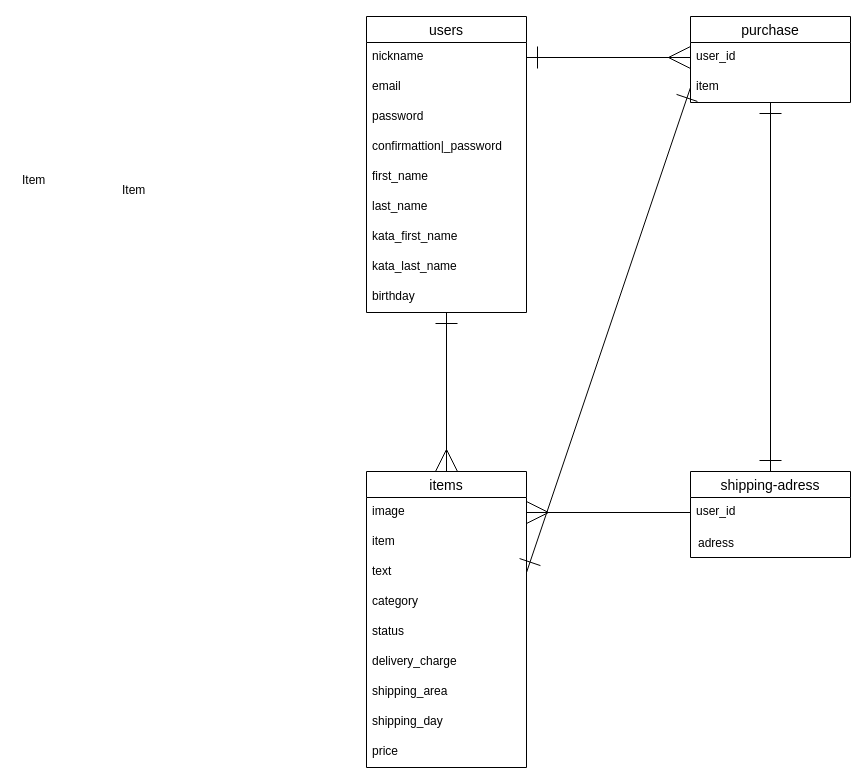
Earlier version of the draw.io diagram page "ページ1" (1 of 2) of test.dio (hiroya-takatsuchi/furima-39964). Source tidied: cells renumbered, new cells numbered last; positions are measured from the earlier drawing's top-left corner, leaving out a move shared by most shapes. Both pictures are drawn from the tidied source at 100%, with x=0, y=0 at pixel (16, 16).
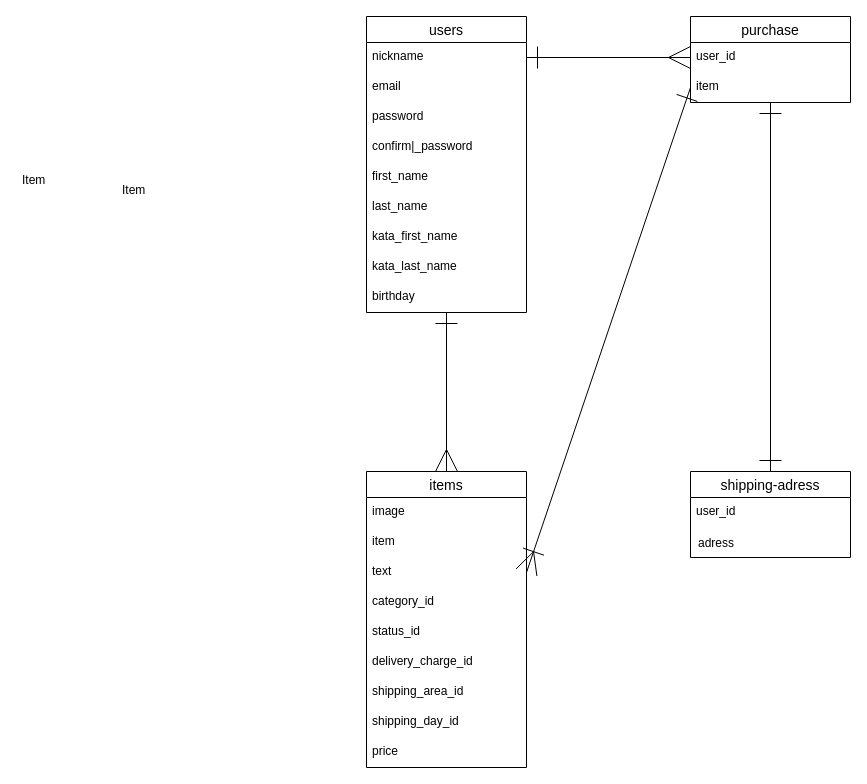
The same page after the edit.

Commit message (it also covers changes not shown here):
テーブル設計の修正

The change refers to these unchanged cells:
```xml
<mxCell id="2" value="users" style="swimlane;fontStyle=0;horizontal=1;startSize=26;align=center;fontSize=14;" parent="1" vertex="1">
  <mxGeometry x="350" width="160" height="296" as="geometry" />
</mxCell>
<mxCell id="13" value="items" style="swimlane;fontStyle=0;horizontal=1;startSize=26;align=center;fontSize=14;" parent="1" vertex="1">
  <mxGeometry x="350" y="455" width="160" height="296" as="geometry" />
</mxCell>
<mxCell id="14" value="image" style="text;strokeColor=none;fillColor=none;spacingLeft=4;spacingRight=4;overflow=hidden;points=[[0,0.5],[1,0.5]];portConstraint=eastwest;fontSize=12;" parent="13" vertex="1">
  <mxGeometry y="26" width="160" height="30" as="geometry" />
</mxCell>
<mxCell id="16" value="text" style="text;strokeColor=none;fillColor=none;spacingLeft=4;spacingRight=4;overflow=hidden;points=[[0,0.5],[1,0.5]];portConstraint=eastwest;fontSize=12;" parent="13" vertex="1">
  <mxGeometry y="86" width="160" height="30" as="geometry" />
</mxCell>
<mxCell id="26" value="item" style="text;strokeColor=none;fillColor=none;spacingLeft=4;spacingRight=4;overflow=hidden;points=[[0,0.5],[1,0.5]];portConstraint=eastwest;fontSize=12;" parent="24" vertex="1">
  <mxGeometry y="56" width="160" height="30" as="geometry" />
</mxCell>
<mxCell id="28" value="user_id" style="text;strokeColor=none;fillColor=none;spacingLeft=4;spacingRight=4;overflow=hidden;points=[[0,0.5],[1,0.5]];portConstraint=eastwest;fontSize=12;" parent="27" vertex="1">
  <mxGeometry y="26" width="160" height="30" as="geometry" />
</mxCell>
```

Change to the diagram source:
```diff
@@
-    <mxCell id="6" value="confirmattion|_password" style="text;strokeColor=none;fillColor=none;spacingLeft=4;spacingRight=4;overflow=hidden;fontSize=12;" parent="2" vertex="1">
+    <mxCell id="6" value="confirm|_password" style="text;strokeColor=none;fillColor=none;spacingLeft=4;spacingRight=4;overflow=hidden;fontSize=12;" parent="2" vertex="1">
       <mxGeometry y="116" width="160" height="30" as="geometry" />
     </mxCell>
@@
-    <mxCell id="17" value="category" style="text;strokeColor=none;fillColor=none;spacingLeft=4;spacingRight=4;overflow=hidden;fontSize=12;" parent="13" vertex="1">
+    <mxCell id="17" value="category_id" style="text;strokeColor=none;fillColor=none;spacingLeft=4;spacingRight=4;overflow=hidden;fontSize=12;" parent="13" vertex="1">
       <mxGeometry y="116" width="160" height="30" as="geometry" />
     </mxCell>
-    <mxCell id="18" value="status" style="text;strokeColor=none;fillColor=none;spacingLeft=4;spacingRight=4;overflow=hidden;fontSize=12;" parent="13" vertex="1">
+    <mxCell id="18" value="status_id" style="text;strokeColor=none;fillColor=none;spacingLeft=4;spacingRight=4;overflow=hidden;fontSize=12;" parent="13" vertex="1">
       <mxGeometry y="146" width="160" height="30" as="geometry" />
     </mxCell>
-    <mxCell id="19" value="delivery_charge" style="text;strokeColor=none;fillColor=none;spacingLeft=4;spacingRight=4;overflow=hidden;fontSize=12;" parent="13" vertex="1">
+    <mxCell id="19" value="delivery_charge_id" style="text;strokeColor=none;fillColor=none;spacingLeft=4;spacingRight=4;overflow=hidden;fontSize=12;" parent="13" vertex="1">
       <mxGeometry y="176" width="160" height="30" as="geometry" />
     </mxCell>
-    <mxCell id="20" value="shipping_area" style="text;strokeColor=none;fillColor=none;spacingLeft=4;spacingRight=4;overflow=hidden;fontSize=12;" parent="13" vertex="1">
+    <mxCell id="20" value="shipping_area_id" style="text;strokeColor=none;fillColor=none;spacingLeft=4;spacingRight=4;overflow=hidden;fontSize=12;" parent="13" vertex="1">
       <mxGeometry y="206" width="160" height="30" as="geometry" />
     </mxCell>
-    <mxCell id="21" value="shipping_day" style="text;strokeColor=none;fillColor=none;spacingLeft=4;spacingRight=4;overflow=hidden;fontSize=12;" parent="13" vertex="1">
+    <mxCell id="21" value="shipping_day_id" style="text;strokeColor=none;fillColor=none;spacingLeft=4;spacingRight=4;overflow=hidden;fontSize=12;" parent="13" vertex="1">
       <mxGeometry y="236" width="160" height="30" as="geometry" />
     </mxCell>
@@
-    <mxCell id="33" style="edgeStyle=none;html=1;exitX=0;exitY=0.5;exitDx=0;exitDy=0;entryX=1;entryY=0.5;entryDx=0;entryDy=0;endSize=20;startSize=20;startArrow=ERone;startFill=0;endArrow=ERone;endFill=0;" parent="1" edge="1" source="26" target="16">
+    <mxCell id="33" style="edgeStyle=none;html=1;exitX=0;exitY=0.5;exitDx=0;exitDy=0;entryX=1;entryY=0.5;entryDx=0;entryDy=0;endSize=20;startSize=20;startArrow=ERone;startFill=0;endArrow=ERoneToMany;endFill=0;" parent="1" edge="1" source="26" target="16">
       <mxGeometry relative="1" as="geometry" />
     </mxCell>
-    <mxCell id="34" style="edgeStyle=none;html=1;exitX=0;exitY=0.5;exitDx=0;exitDy=0;endArrow=ERmany;endFill=0;entryX=1;entryY=0.5;entryDx=0;entryDy=0;spacing=2;spacingRight=0;endSize=20;startSize=20;" parent="1" edge="1" source="28" target="14">
-      <mxGeometry relative="1" as="geometry" />
-    </mxCell>
```
